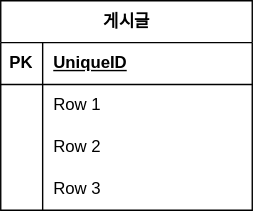
Before: document/project-board-erd.svg, a diagram exported from draw.io (YuniGK/project-board). Source tidied: cells renumbered, new cells last; positions are measured from the earlier drawing's top-left corner, leaving out a move shared by most shapes. Its diagram source:
```xml
<mxGraphModel>
  <root>
    <mxCell id="0" />
    <mxCell id="1" parent="0" />
    <mxCell id="2" value="게시글" style="shape=table;startSize=30;rowLines=0;fontStyle=1;align=center;html=1;" parent="1" vertex="1">
      <mxGeometry width="180" height="150" as="geometry" />
    </mxCell>
    <mxCell id="3" style="shape=tableRow;horizontal=0;startSize=0;swimlaneHead=0;swimlaneBody=0;fillColor=none;top=0;left=0;right=0;bottom=1;" parent="2" vertex="1">
      <mxGeometry y="30" width="180" height="30" as="geometry" />
    </mxCell>
    <mxCell id="4" value="PK" style="shape=partialRectangle;fillColor=none;top=0;left=0;bottom=0;right=0;fontStyle=1;overflow=hidden;whiteSpace=wrap;html=1;" parent="3" vertex="1">
      <mxGeometry width="30" height="30" as="geometry" />
    </mxCell>
    <mxCell id="5" value="UniqueID" style="shape=partialRectangle;fillColor=none;top=0;left=0;bottom=0;right=0;align=left;spacingLeft=6;fontStyle=5;overflow=hidden;whiteSpace=wrap;html=1;" parent="3" vertex="1">
      <mxGeometry x="30" width="150" height="30" as="geometry" />
    </mxCell>
    <mxCell id="6" style="shape=tableRow;horizontal=0;startSize=0;swimlaneHead=0;swimlaneBody=0;fillColor=none;top=0;left=0;right=0;bottom=0;" parent="2" vertex="1">
      <mxGeometry y="60" width="180" height="30" as="geometry" />
    </mxCell>
    <mxCell id="7" style="shape=partialRectangle;fillColor=none;top=0;left=0;bottom=0;right=0;overflow=hidden;whiteSpace=wrap;html=1;" parent="6" vertex="1">
      <mxGeometry width="30" height="30" as="geometry" />
    </mxCell>
    <mxCell id="8" value="Row 1" style="shape=partialRectangle;fillColor=none;top=0;left=0;bottom=0;right=0;align=left;spacingLeft=6;overflow=hidden;whiteSpace=wrap;html=1;" parent="6" vertex="1">
      <mxGeometry x="30" width="150" height="30" as="geometry" />
    </mxCell>
    <mxCell id="9" style="shape=tableRow;horizontal=0;startSize=0;swimlaneHead=0;swimlaneBody=0;fillColor=none;top=0;left=0;right=0;bottom=0;" parent="2" vertex="1">
      <mxGeometry y="90" width="180" height="30" as="geometry" />
    </mxCell>
    <mxCell id="10" style="shape=partialRectangle;fillColor=none;top=0;left=0;bottom=0;right=0;overflow=hidden;whiteSpace=wrap;html=1;" parent="9" vertex="1">
      <mxGeometry width="30" height="30" as="geometry" />
    </mxCell>
    <mxCell id="11" value="Row 2" style="shape=partialRectangle;fillColor=none;top=0;left=0;bottom=0;right=0;align=left;spacingLeft=6;overflow=hidden;whiteSpace=wrap;html=1;" parent="9" vertex="1">
      <mxGeometry x="30" width="150" height="30" as="geometry" />
    </mxCell>
    <mxCell id="12" style="shape=tableRow;horizontal=0;startSize=0;swimlaneHead=0;swimlaneBody=0;fillColor=none;top=0;left=0;right=0;bottom=0;" parent="2" vertex="1">
      <mxGeometry y="120" width="180" height="30" as="geometry" />
    </mxCell>
    <mxCell id="13" style="shape=partialRectangle;fillColor=none;top=0;left=0;bottom=0;right=0;overflow=hidden;whiteSpace=wrap;html=1;" parent="12" vertex="1">
      <mxGeometry width="30" height="30" as="geometry" />
    </mxCell>
    <mxCell id="14" value="Row 3" style="shape=partialRectangle;fillColor=none;top=0;left=0;bottom=0;right=0;align=left;spacingLeft=6;overflow=hidden;whiteSpace=wrap;html=1;" parent="12" vertex="1">
      <mxGeometry x="30" width="150" height="30" as="geometry" />
    </mxCell>
  </root>
</mxGraphModel>
```
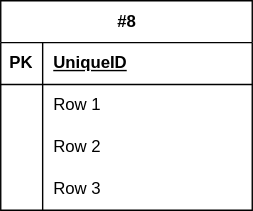
Later version of the same file.

What changed in the source:
```diff
@@ -2,7 +2,7 @@
   <root>
     <mxCell id="0" />
     <mxCell id="1" parent="0" />
-    <mxCell id="2" value="게시글" style="shape=table;startSize=30;rowLines=0;fontStyle=1;align=center;html=1;" parent="1" vertex="1">
+    <mxCell id="2" value="#8" style="shape=table;startSize=30;rowLines=0;fontStyle=1;align=center;html=1;" parent="1" vertex="1">
       <mxGeometry width="180" height="150" as="geometry" />
     </mxCell>
     <mxCell id="3" style="shape=tableRow;horizontal=0;startSize=0;swimlaneHead=0;swimlaneBody=0;fillColor=none;top=0;left=0;right=0;bottom=1;" parent="2" vertex="1">
```
